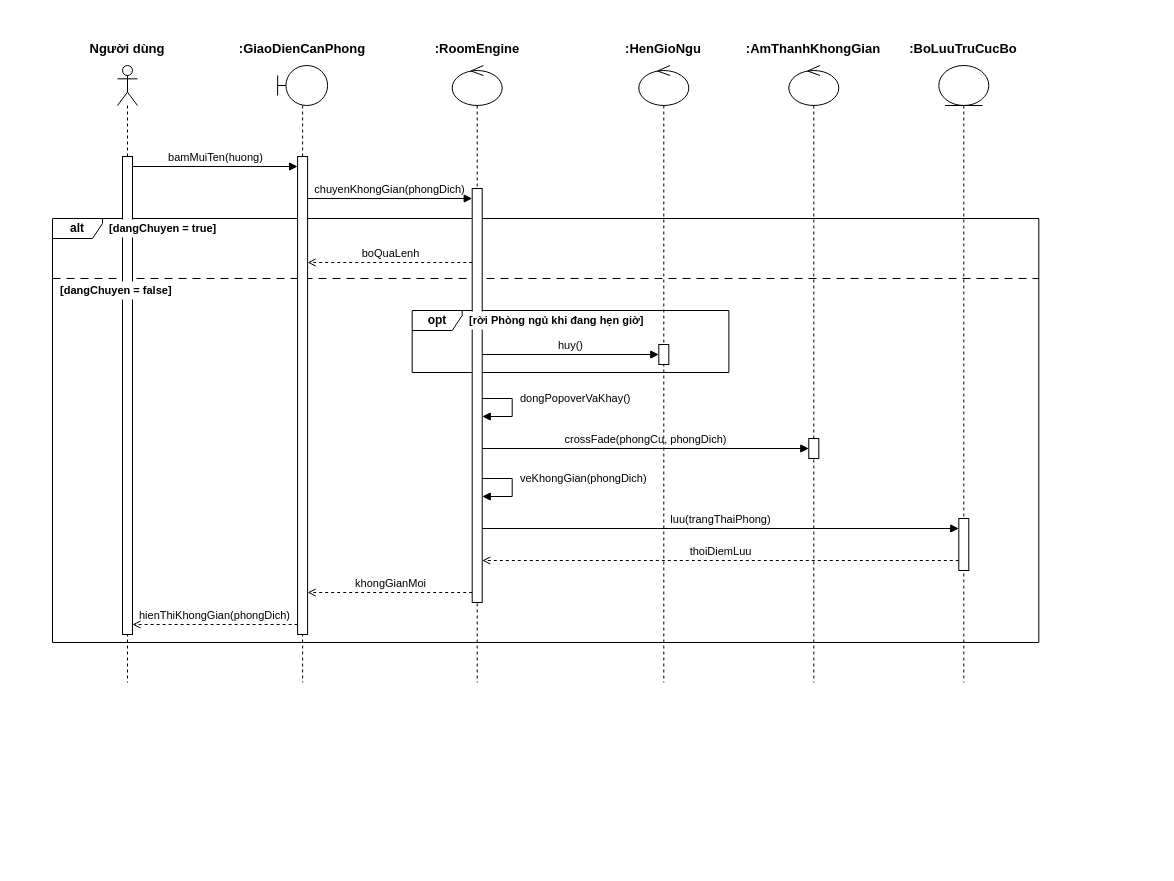
The draw.io diagram page "S1" (14 of 30) of docs/analysis/FocuSpace_Diagrams.drawio in CaoLePhucThinh2203/FocuSpace, before the edit. Source tidied: cells renumbered, new cells numbered last; positions are measured from the earlier drawing's top-left corner, leaving out a move shared by most shapes. Both pictures are drawn from the tidied source at 100%, with x=0, y=0 at pixel (42, 33).
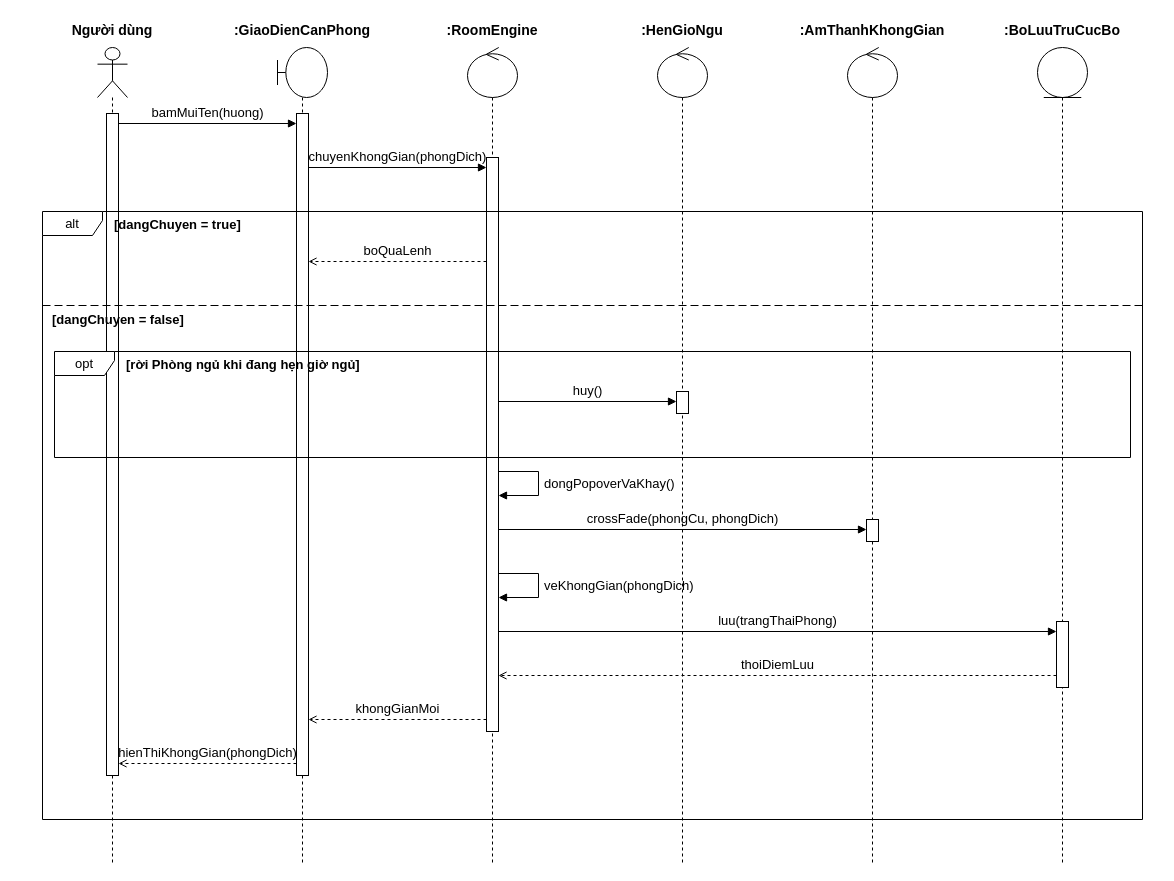
The same diagram, later.

The edit, as a diff of the source:
```diff
@@
+    <mxCell id="5" value="Người dùng" style="text;html=1;whiteSpace=wrap;strokeColor=none;fillColor=none;align=center;verticalAlign=middle;rounded=0;fontSize=14;fontStyle=1;" parent="1" vertex="1">
+      <mxGeometry x="-25" y="-16" width="190" height="26" as="geometry" />
+    </mxCell>
+    <mxCell id="39" style="shape=umlLifeline;perimeter=lifelinePerimeter;whiteSpace=wrap;html=1;participant=umlActor;size=50;" parent="1" vertex="1">
+      <mxGeometry x="55" y="14" width="30" height="816" as="geometry" />
+    </mxCell>
+    <mxCell id="7" value=":GiaoDienCanPhong" style="text;html=1;whiteSpace=wrap;strokeColor=none;fillColor=none;align=center;verticalAlign=middle;rounded=0;fontSize=14;fontStyle=1;" parent="1" vertex="1">
+      <mxGeometry x="165" y="-16" width="190" height="26" as="geometry" />
+    </mxCell>
+    <mxCell id="40" style="shape=umlLifeline;perimeter=lifelinePerimeter;whiteSpace=wrap;html=1;participant=umlBoundary;size=50;" parent="1" vertex="1">
+      <mxGeometry x="235" y="14" width="50" height="816" as="geometry" />
+    </mxCell>
+    <mxCell id="9" value=":RoomEngine" style="text;html=1;whiteSpace=wrap;strokeColor=none;fillColor=none;align=center;verticalAlign=middle;rounded=0;fontSize=14;fontStyle=1;" parent="1" vertex="1">
+      <mxGeometry x="355" y="-16" width="190" height="26" as="geometry" />
+    </mxCell>
+    <mxCell id="41" style="shape=umlLifeline;perimeter=lifelinePerimeter;whiteSpace=wrap;html=1;participant=umlControl;size=50;" parent="1" vertex="1">
+      <mxGeometry x="425" y="14" width="50" height="816" as="geometry" />
+    </mxCell>
+    <mxCell id="11" value=":HenGioNgu" style="text;html=1;whiteSpace=wrap;strokeColor=none;fillColor=none;align=center;verticalAlign=middle;rounded=0;fontSize=14;fontStyle=1;" parent="1" vertex="1">
+      <mxGeometry x="545" y="-16" width="190" height="26" as="geometry" />
+    </mxCell>
+    <mxCell id="42" style="shape=umlLifeline;perimeter=lifelinePerimeter;whiteSpace=wrap;html=1;participant=umlControl;size=50;" parent="1" vertex="1">
+      <mxGeometry x="615" y="14" width="50" height="816" as="geometry" />
+    </mxCell>
+    <mxCell id="13" value=":AmThanhKhongGian" style="text;html=1;whiteSpace=wrap;strokeColor=none;fillColor=none;align=center;verticalAlign=middle;rounded=0;fontSize=14;fontStyle=1;" parent="1" vertex="1">
+      <mxGeometry x="735" y="-16" width="190" height="26" as="geometry" />
+    </mxCell>
+    <mxCell id="43" style="shape=umlLifeline;perimeter=lifelinePerimeter;whiteSpace=wrap;html=1;participant=umlControl;size=50;" parent="1" vertex="1">
+      <mxGeometry x="805" y="14" width="50" height="816" as="geometry" />
+    </mxCell>
+    <mxCell id="15" value=":BoLuuTruCucBo" style="text;html=1;whiteSpace=wrap;strokeColor=none;fillColor=none;align=center;verticalAlign=middle;rounded=0;fontSize=14;fontStyle=1;" parent="1" vertex="1">
+      <mxGeometry x="925" y="-16" width="190" height="26" as="geometry" />
+    </mxCell>
+    <mxCell id="44" style="shape=umlLifeline;perimeter=lifelinePerimeter;whiteSpace=wrap;html=1;participant=umlEntity;size=50;" parent="1" vertex="1">
+      <mxGeometry x="995" y="14" width="50" height="816" as="geometry" />
+    </mxCell>
+    <mxCell id="45" style="html=1;perimeter=orthogonalPerimeter;targetShapes=umlLifeline;" parent="1" vertex="1">
+      <mxGeometry x="64" y="80" width="12" height="662" as="geometry" />
+    </mxCell>
+    <mxCell id="46" style="html=1;perimeter=orthogonalPerimeter;targetShapes=umlLifeline;" parent="1" vertex="1">
+      <mxGeometry x="254" y="80" width="12" height="662" as="geometry" />
+    </mxCell>
+    <mxCell id="47" style="html=1;perimeter=orthogonalPerimeter;targetShapes=umlLifeline;" parent="1" vertex="1">
+      <mxGeometry x="444" y="124" width="12" height="574" as="geometry" />
+    </mxCell>
+    <mxCell id="48" style="html=1;perimeter=orthogonalPerimeter;targetShapes=umlLifeline;" parent="1" vertex="1">
+      <mxGeometry x="634" y="358" width="12" height="22" as="geometry" />
+    </mxCell>
+    <mxCell id="49" style="html=1;perimeter=orthogonalPerimeter;targetShapes=umlLifeline;" parent="1" vertex="1">
+      <mxGeometry x="824" y="486" width="12" height="22" as="geometry" />
+    </mxCell>
+    <mxCell id="50" style="html=1;perimeter=orthogonalPerimeter;targetShapes=umlLifeline;" parent="1" vertex="1">
+      <mxGeometry x="1014" y="588" width="12" height="66" as="geometry" />
+    </mxCell>
+    <mxCell id="4" value="opt" style="shape=umlFrame;whiteSpace=wrap;html=1;width=60;height=24;fontSize=13;" parent="1" vertex="1">
+      <mxGeometry x="12" y="318" width="1076" height="106" as="geometry" />
+    </mxCell>
+    <mxCell id="51" value="[rời Phòng ngủ khi đang hẹn giờ ngủ]" style="text;html=1;whiteSpace=wrap;strokeColor=none;fillColor=none;align=left;verticalAlign=middle;rounded=0;fontStyle=1;fontSize=13;" parent="1" vertex="1">
+      <mxGeometry x="82" y="320" width="520" height="22" as="geometry" />
+    </mxCell>
-    <mxCell id="2" value="alt" style="shape=umlFrame;whiteSpace=wrap;html=1;width=50;height=20;fontStyle=1;fillColor=none;" parent="1" vertex="1">
-      <mxGeometry x="10" y="185" width="986.3" height="424" as="geometry" />
+    <mxCell id="2" value="alt" style="shape=umlFrame;whiteSpace=wrap;html=1;width=60;height=24;fontSize=13;" parent="1" vertex="1">
+      <mxGeometry y="178" width="1100" height="608" as="geometry" />
     </mxCell>
-    <mxCell id="3" style="line;strokeWidth=1;fillColor=none;align=left;verticalAlign=middle;spacingTop=-1;spacingLeft=3;spacingRight=3;labelPosition=right;strokeColor=inherit;dashed=1;dashPattern=8 6;" parent="1" vertex="1">
-      <mxGeometry x="10" y="241" width="986.3" height="8" as="geometry" />
-    </mxCell>
-    <mxCell id="4" value="opt" style="shape=umlFrame;whiteSpace=wrap;html=1;width=50;height=20;fontStyle=1;fillColor=none;" parent="1" vertex="1">
-      <mxGeometry x="369.7" y="277" width="316.7" height="62" as="geometry" />
-    </mxCell>
-    <mxCell id="5" value="Người dùng" style="text;html=1;whiteSpace=wrap;strokeColor=none;fillColor=none;align=center;verticalAlign=middle;rounded=0;fontSize=13;fontStyle=1;" parent="1" vertex="1">
-      <mxGeometry width="170" height="30" as="geometry" />
-    </mxCell>
-    <mxCell id="6" style="shape=umlLifeline;perimeter=lifelinePerimeter;whiteSpace=wrap;html=1;participant=umlActor;size=40;" parent="1" vertex="1">
-      <mxGeometry x="75" y="32" width="20" height="617" as="geometry" />
-    </mxCell>
-    <mxCell id="7" value=":GiaoDienCanPhong" style="text;html=1;whiteSpace=wrap;strokeColor=none;fillColor=none;align=center;verticalAlign=middle;rounded=0;fontSize=13;fontStyle=1;" parent="1" vertex="1">
-      <mxGeometry x="175.1" width="170" height="30" as="geometry" />
-    </mxCell>
-    <mxCell id="8" style="shape=umlLifeline;perimeter=lifelinePerimeter;whiteSpace=wrap;html=1;participant=umlBoundary;size=40;" parent="1" vertex="1">
-      <mxGeometry x="235.1" y="32" width="50" height="617" as="geometry" />
-    </mxCell>
-    <mxCell id="9" value=":RoomEngine" style="text;html=1;whiteSpace=wrap;strokeColor=none;fillColor=none;align=center;verticalAlign=middle;rounded=0;fontSize=13;fontStyle=1;" parent="1" vertex="1">
-      <mxGeometry x="349.7" width="170" height="30" as="geometry" />
-    </mxCell>
-    <mxCell id="10" style="shape=umlLifeline;perimeter=lifelinePerimeter;whiteSpace=wrap;html=1;participant=umlControl;size=40;" parent="1" vertex="1">
-      <mxGeometry x="409.7" y="32" width="50" height="617" as="geometry" />
-    </mxCell>
-    <mxCell id="11" value=":HenGioNgu" style="text;html=1;whiteSpace=wrap;strokeColor=none;fillColor=none;align=center;verticalAlign=middle;rounded=0;fontSize=13;fontStyle=1;" parent="1" vertex="1">
-      <mxGeometry x="536.3" width="170" height="30" as="geometry" />
-    </mxCell>
-    <mxCell id="12" style="shape=umlLifeline;perimeter=lifelinePerimeter;whiteSpace=wrap;html=1;participant=umlControl;size=40;" parent="1" vertex="1">
-      <mxGeometry x="596.3" y="32" width="50" height="617" as="geometry" />
-    </mxCell>
-    <mxCell id="13" value=":AmThanhKhongGian" style="text;html=1;whiteSpace=wrap;strokeColor=none;fillColor=none;align=center;verticalAlign=middle;rounded=0;fontSize=13;fontStyle=1;" parent="1" vertex="1">
-      <mxGeometry x="686.3" width="170" height="30" as="geometry" />
-    </mxCell>
-    <mxCell id="14" style="shape=umlLifeline;perimeter=lifelinePerimeter;whiteSpace=wrap;html=1;participant=umlControl;size=40;" parent="1" vertex="1">
-      <mxGeometry x="746.3" y="32" width="50" height="617" as="geometry" />
-    </mxCell>
-    <mxCell id="15" value=":BoLuuTruCucBo" style="text;html=1;whiteSpace=wrap;strokeColor=none;fillColor=none;align=center;verticalAlign=middle;rounded=0;fontSize=13;fontStyle=1;" parent="1" vertex="1">
-      <mxGeometry x="836.3" width="170" height="30" as="geometry" />
-    </mxCell>
-    <mxCell id="16" style="shape=umlLifeline;perimeter=lifelinePerimeter;whiteSpace=wrap;html=1;participant=umlEntity;size=40;" parent="1" vertex="1">
-      <mxGeometry x="896.3" y="32" width="50" height="617" as="geometry" />
-    </mxCell>
+    <mxCell id="36" value="[dangChuyen = true]" style="text;html=1;whiteSpace=wrap;strokeColor=none;fillColor=none;align=left;verticalAlign=middle;rounded=0;fontStyle=1;fontSize=13;" parent="1" vertex="1">
+      <mxGeometry x="70" y="180" width="520" height="22" as="geometry" />
+    </mxCell>
+    <mxCell id="52" style="endArrow=none;dashed=1;html=1;rounded=0;dashPattern=8 4;" parent="1" edge="1">
+      <mxGeometry relative="1" as="geometry">
+        <mxPoint y="272" as="sourcePoint" />
+        <mxPoint x="1100" y="272" as="targetPoint" />
+      </mxGeometry>
+    </mxCell>
+    <mxCell id="37" value="[dangChuyen = false]" style="text;html=1;whiteSpace=wrap;strokeColor=none;fillColor=none;align=left;verticalAlign=middle;rounded=0;fontStyle=1;fontSize=13;" parent="1" vertex="1">
+      <mxGeometry x="8" y="275" width="520" height="22" as="geometry" />
+    </mxCell>
-    <mxCell id="17" value="bamMuiTen(huong)" style="html=1;verticalAlign=bottom;endArrow=block;endFill=1;fontSize=11;labelBackgroundColor=none;rounded=0;" parent="1" edge="1">
+    <mxCell id="17" value="bamMuiTen(huong)" style="html=1;verticalAlign=bottom;endArrow=block;endFill=1;rounded=0;fontSize=13;labelBackgroundColor=none;" parent="1" edge="1">
       <mxGeometry relative="1" as="geometry">
-        <mxPoint x="90" y="133" as="sourcePoint" />
-        <mxPoint x="255.1" y="133" as="targetPoint" />
+        <mxPoint x="76" y="90" as="sourcePoint" />
+        <mxPoint x="254" y="90" as="targetPoint" />
       </mxGeometry>
     </mxCell>
-    <mxCell id="18" value="chuyenKhongGian(phongDich)" style="html=1;verticalAlign=bottom;endArrow=block;endFill=1;fontSize=11;labelBackgroundColor=none;rounded=0;" parent="1" edge="1">
+    <mxCell id="18" value="chuyenKhongGian(phongDich)" style="html=1;verticalAlign=bottom;endArrow=block;endFill=1;rounded=0;fontSize=13;labelBackgroundColor=none;" parent="1" edge="1">
       <mxGeometry relative="1" as="geometry">
-        <mxPoint x="265.1" y="165" as="sourcePoint" />
-        <mxPoint x="429.7" y="165" as="targetPoint" />
+        <mxPoint x="266" y="134" as="sourcePoint" />
+        <mxPoint x="444" y="134" as="targetPoint" />
       </mxGeometry>
     </mxCell>
-    <mxCell id="19" value="boQuaLenh" style="html=1;verticalAlign=bottom;endArrow=open;endFill=0;dashed=1;fontSize=11;labelBackgroundColor=none;rounded=0;" parent="1" edge="1">
+    <mxCell id="19" value="boQuaLenh" style="html=1;verticalAlign=bottom;endArrow=open;endFill=0;dashed=1;rounded=0;fontSize=13;labelBackgroundColor=none;" parent="1" edge="1">
       <mxGeometry relative="1" as="geometry">
-        <mxPoint x="429.7" y="229" as="sourcePoint" />
-        <mxPoint x="265.1" y="229" as="targetPoint" />
+        <mxPoint x="444" y="228" as="sourcePoint" />
+        <mxPoint x="266" y="228" as="targetPoint" />
       </mxGeometry>
     </mxCell>
-    <mxCell id="20" value="huy()" style="html=1;verticalAlign=bottom;endArrow=block;endFill=1;fontSize=11;labelBackgroundColor=none;rounded=0;" parent="1" edge="1">
+    <mxCell id="20" value="huy()" style="html=1;verticalAlign=bottom;endArrow=block;endFill=1;rounded=0;fontSize=13;labelBackgroundColor=none;" parent="1" edge="1">
       <mxGeometry relative="1" as="geometry">
-        <mxPoint x="439.7" y="321" as="sourcePoint" />
-        <mxPoint x="616.3" y="321" as="targetPoint" />
+        <mxPoint x="456" y="368" as="sourcePoint" />
+        <mxPoint x="634" y="368" as="targetPoint" />
       </mxGeometry>
     </mxCell>
-    <mxCell id="21" style="html=1;endArrow=block;endFill=1;rounded=0;edgeStyle=none;" parent="1" edge="1">
-      <mxGeometry relative="1" as="geometry">
-        <mxPoint x="439.7" y="365" as="sourcePoint" />
-        <mxPoint x="439.7" y="383" as="targetPoint" />
-        <Array as="points">
-          <mxPoint x="469.7" y="365" />
-          <mxPoint x="469.7" y="383" />
-        </Array>
-      </mxGeometry>
-    </mxCell>
-    <mxCell id="22" value="dongPopoverVaKhay()" style="text;html=1;whiteSpace=wrap;strokeColor=none;fillColor=none;align=left;verticalAlign=middle;rounded=0;fontSize=11;" parent="1" vertex="1">
-      <mxGeometry x="475.7" y="356" width="120.6" height="18" as="geometry" />
+    <mxCell id="22" value="dongPopoverVaKhay()" style="html=1;align=left;spacingLeft=4;endArrow=block;endFill=1;rounded=0;edgeStyle=orthogonalEdgeStyle;fontSize=13;labelBackgroundColor=none;" parent="1" edge="1">
+      <mxGeometry relative="1" as="geometry">
+        <mxPoint x="456" y="438" as="sourcePoint" />
+        <mxPoint x="456" y="462" as="targetPoint" />
+        <Array as="points">
+          <mxPoint x="496" y="438" />
+          <mxPoint x="496" y="462" />
+        </Array>
+      </mxGeometry>
     </mxCell>
-    <mxCell id="23" value="crossFade(phongCu, phongDich)" style="html=1;verticalAlign=bottom;endArrow=block;endFill=1;fontSize=11;labelBackgroundColor=none;rounded=0;" parent="1" edge="1">
+    <mxCell id="23" value="crossFade(phongCu, phongDich)" style="html=1;verticalAlign=bottom;endArrow=block;endFill=1;rounded=0;fontSize=13;labelBackgroundColor=none;" parent="1" edge="1">
       <mxGeometry relative="1" as="geometry">
-        <mxPoint x="439.7" y="415" as="sourcePoint" />
-        <mxPoint x="766.3" y="415" as="targetPoint" />
+        <mxPoint x="456" y="496" as="sourcePoint" />
+        <mxPoint x="824" y="496" as="targetPoint" />
       </mxGeometry>
     </mxCell>
-    <mxCell id="24" style="html=1;endArrow=block;endFill=1;rounded=0;edgeStyle=none;" parent="1" edge="1">
-      <mxGeometry relative="1" as="geometry">
-        <mxPoint x="439.7" y="445" as="sourcePoint" />
-        <mxPoint x="439.7" y="463" as="targetPoint" />
-        <Array as="points">
-          <mxPoint x="469.7" y="445" />
-          <mxPoint x="469.7" y="463" />
-        </Array>
-      </mxGeometry>
-    </mxCell>
-    <mxCell id="25" value="veKhongGian(phongDich)" style="text;html=1;whiteSpace=wrap;strokeColor=none;fillColor=none;align=left;verticalAlign=middle;rounded=0;fontSize=11;" parent="1" vertex="1">
-      <mxGeometry x="475.7" y="436" width="136.7" height="18" as="geometry" />
+    <mxCell id="25" value="veKhongGian(phongDich)" style="html=1;align=left;spacingLeft=4;endArrow=block;endFill=1;rounded=0;edgeStyle=orthogonalEdgeStyle;fontSize=13;labelBackgroundColor=none;" parent="1" edge="1">
+      <mxGeometry relative="1" as="geometry">
+        <mxPoint x="456" y="540" as="sourcePoint" />
+        <mxPoint x="456" y="564" as="targetPoint" />
+        <Array as="points">
+          <mxPoint x="496" y="540" />
+          <mxPoint x="496" y="564" />
+        </Array>
+      </mxGeometry>
     </mxCell>
-    <mxCell id="26" value="luu(trangThaiPhong)" style="html=1;verticalAlign=bottom;endArrow=block;endFill=1;fontSize=11;labelBackgroundColor=none;rounded=0;" parent="1" edge="1">
+    <mxCell id="26" value="luu(trangThaiPhong)" style="html=1;verticalAlign=bottom;endArrow=block;endFill=1;rounded=0;fontSize=13;labelBackgroundColor=none;" parent="1" edge="1">
       <mxGeometry relative="1" as="geometry">
-        <mxPoint x="439.7" y="495" as="sourcePoint" />
-        <mxPoint x="916.3" y="495" as="targetPoint" />
+        <mxPoint x="456" y="598" as="sourcePoint" />
+        <mxPoint x="1014" y="598" as="targetPoint" />
       </mxGeometry>
     </mxCell>
-    <mxCell id="27" value="thoiDiemLuu" style="html=1;verticalAlign=bottom;endArrow=open;endFill=0;dashed=1;fontSize=11;labelBackgroundColor=none;rounded=0;" parent="1" edge="1">
+    <mxCell id="27" value="thoiDiemLuu" style="html=1;verticalAlign=bottom;endArrow=open;endFill=0;dashed=1;rounded=0;fontSize=13;labelBackgroundColor=none;" parent="1" edge="1">
       <mxGeometry relative="1" as="geometry">
-        <mxPoint x="916.3" y="527" as="sourcePoint" />
-        <mxPoint x="439.7" y="527" as="targetPoint" />
+        <mxPoint x="1014" y="642" as="sourcePoint" />
+        <mxPoint x="456" y="642" as="targetPoint" />
       </mxGeometry>
     </mxCell>
-    <mxCell id="28" value="khongGianMoi" style="html=1;verticalAlign=bottom;endArrow=open;endFill=0;dashed=1;fontSize=11;labelBackgroundColor=none;rounded=0;" parent="1" edge="1">
+    <mxCell id="28" value="khongGianMoi" style="html=1;verticalAlign=bottom;endArrow=open;endFill=0;dashed=1;rounded=0;fontSize=13;labelBackgroundColor=none;" parent="1" edge="1">
       <mxGeometry relative="1" as="geometry">
-        <mxPoint x="429.7" y="559" as="sourcePoint" />
-        <mxPoint x="265.1" y="559" as="targetPoint" />
+        <mxPoint x="444" y="686" as="sourcePoint" />
+        <mxPoint x="266" y="686" as="targetPoint" />
       </mxGeometry>
     </mxCell>
-    <mxCell id="29" value="hienThiKhongGian(phongDich)" style="html=1;verticalAlign=bottom;endArrow=open;endFill=0;dashed=1;fontSize=11;labelBackgroundColor=none;rounded=0;" parent="1" edge="1">
+    <mxCell id="29" value="hienThiKhongGian(phongDich)" style="html=1;verticalAlign=bottom;endArrow=open;endFill=0;dashed=1;rounded=0;fontSize=13;labelBackgroundColor=none;" parent="1" edge="1">
       <mxGeometry relative="1" as="geometry">
-        <mxPoint x="255.1" y="591" as="sourcePoint" />
-        <mxPoint x="90" y="591" as="targetPoint" />
+        <mxPoint x="254" y="730" as="sourcePoint" />
+        <mxPoint x="76" y="730" as="targetPoint" />
       </mxGeometry>
     </mxCell>
-    <mxCell id="30" style="html=1;fillColor=#ffffff;" parent="1" vertex="1">
-      <mxGeometry x="80" y="123" width="10" height="478" as="geometry" />
-    </mxCell>
-    <mxCell id="31" style="html=1;fillColor=#ffffff;" parent="1" vertex="1">
-      <mxGeometry x="255.1" y="123" width="10" height="478" as="geometry" />
-    </mxCell>
-    <mxCell id="32" style="html=1;fillColor=#ffffff;" parent="1" vertex="1">
-      <mxGeometry x="429.7" y="155" width="10" height="414" as="geometry" />
-    </mxCell>
-    <mxCell id="33" style="html=1;fillColor=#ffffff;" parent="1" vertex="1">
-      <mxGeometry x="616.3" y="311" width="10" height="20" as="geometry" />
-    </mxCell>
-    <mxCell id="34" style="html=1;fillColor=#ffffff;" parent="1" vertex="1">
-      <mxGeometry x="766.3" y="405" width="10" height="20" as="geometry" />
-    </mxCell>
-    <mxCell id="35" style="html=1;fillColor=#ffffff;" parent="1" vertex="1">
-      <mxGeometry x="916.3" y="485" width="10" height="52" as="geometry" />
-    </mxCell>
-    <mxCell id="36" value="[dangChuyen = true]" style="text;html=1;whiteSpace=wrap;strokeColor=none;fillColor=#ffffff;align=left;verticalAlign=middle;rounded=0;fontSize=11;fontStyle=1;" parent="1" vertex="1">
-      <mxGeometry x="65" y="186" width="117.3" height="18" as="geometry" />
-    </mxCell>
-    <mxCell id="37" value="[dangChuyen = false]" style="text;html=1;whiteSpace=wrap;strokeColor=none;fillColor=#ffffff;align=left;verticalAlign=middle;rounded=0;fontSize=11;fontStyle=1;" parent="1" vertex="1">
-      <mxGeometry x="16" y="248" width="121.6" height="18" as="geometry" />
-    </mxCell>
-    <mxCell id="38" value="[rời Phòng ngủ khi đang hẹn giờ]" style="text;html=1;whiteSpace=wrap;strokeColor=none;fillColor=#ffffff;align=left;verticalAlign=middle;rounded=0;fontSize=11;fontStyle=1;" parent="1" vertex="1">
-      <mxGeometry x="424.7" y="278" width="184.6" height="18" as="geometry" />
-    </mxCell>
```
